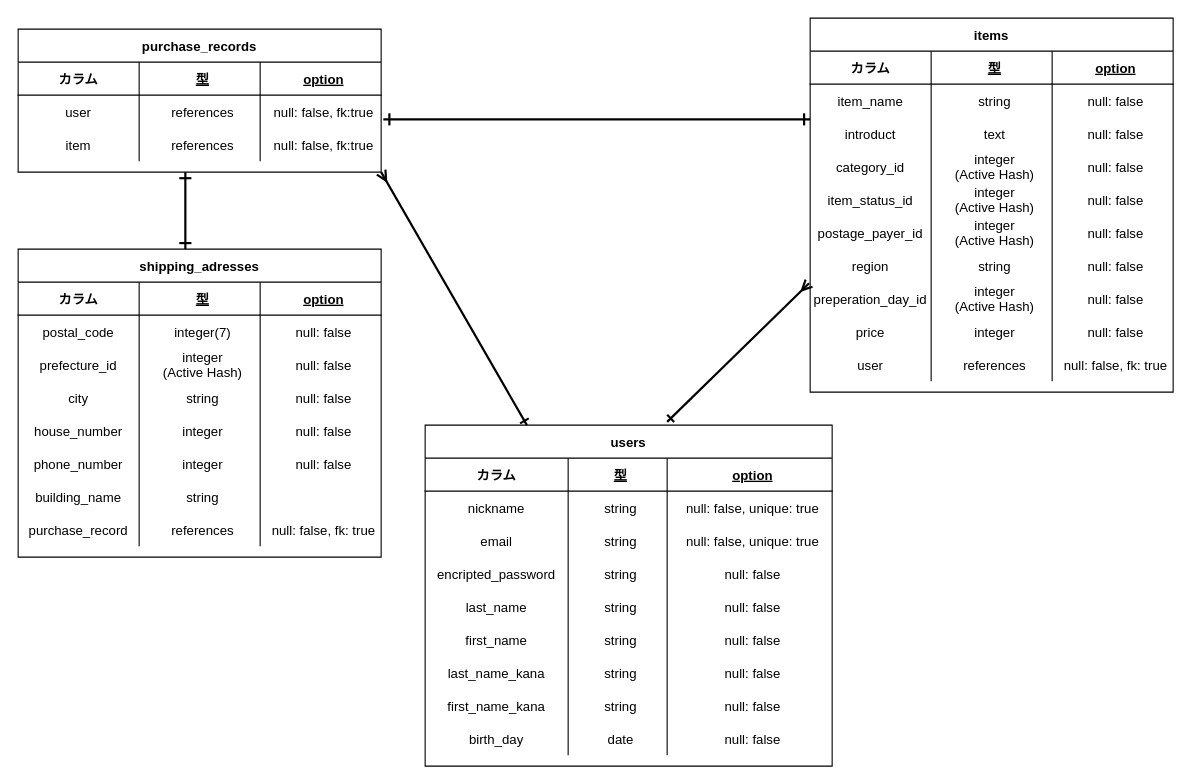
Earlier version of the draw.io diagram ER.dio (hi-roto/furima-32883). Source tidied: cells renumbered, new cells numbered last; positions are measured from the earlier drawing's top-left corner, leaving out a move shared by most shapes. Both pictures are drawn from the tidied source at 110%, with x=0, y=0 at pixel (18, 18).
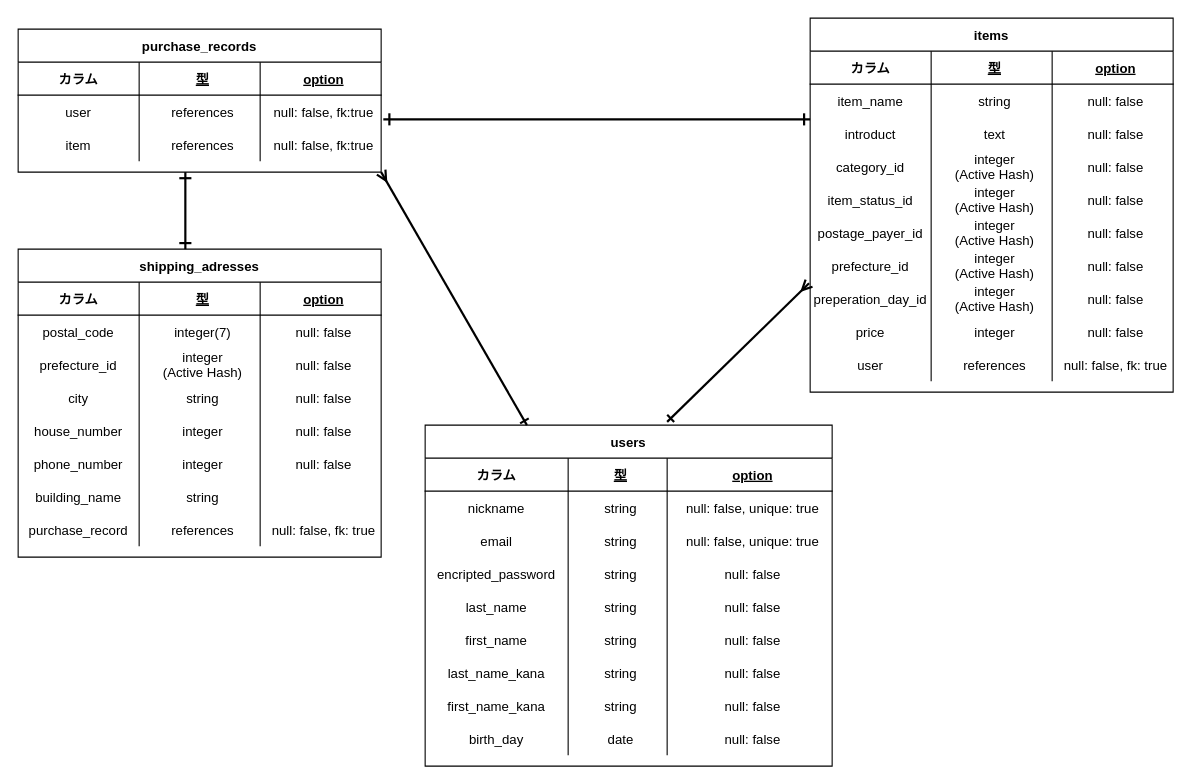
The same page after the edit.

Commit message (it also covers changes not shown here):
regionカラム名をprefecture_idに変更

Unchanged cells that the change refers to:
```xml
<mxCell id="64" style="shape=partialRectangle;fillColor=none;top=0;left=0;bottom=0;right=0;" parent="39" vertex="1">
  <mxGeometry y="210" width="330" height="30" as="geometry" />
</mxCell>
```

Diff of the diagram source:
```diff
@@
-    <mxCell id="65" value="region" style="shape=partialRectangle;fillColor=none;top=0;left=0;bottom=0;right=0;overflow=hidden;" parent="64" vertex="1">
+    <mxCell id="65" value="prefecture_id" style="shape=partialRectangle;fillColor=none;top=0;left=0;bottom=0;right=0;overflow=hidden;" parent="64" vertex="1">
       <mxGeometry width="110" height="30" as="geometry" />
     </mxCell>
-    <mxCell id="66" value="string" style="shape=partialRectangle;fillColor=none;top=0;left=0;bottom=0;right=0;align=center;spacingLeft=6;overflow=hidden;" parent="64" vertex="1">
+    <mxCell id="66" value="integer&#10;(Active Hash)" style="shape=partialRectangle;fillColor=none;top=0;left=0;bottom=0;right=0;align=center;spacingLeft=6;overflow=hidden;" parent="64" vertex="1">
       <mxGeometry x="110" width="110" height="30" as="geometry" />
     </mxCell>
```
